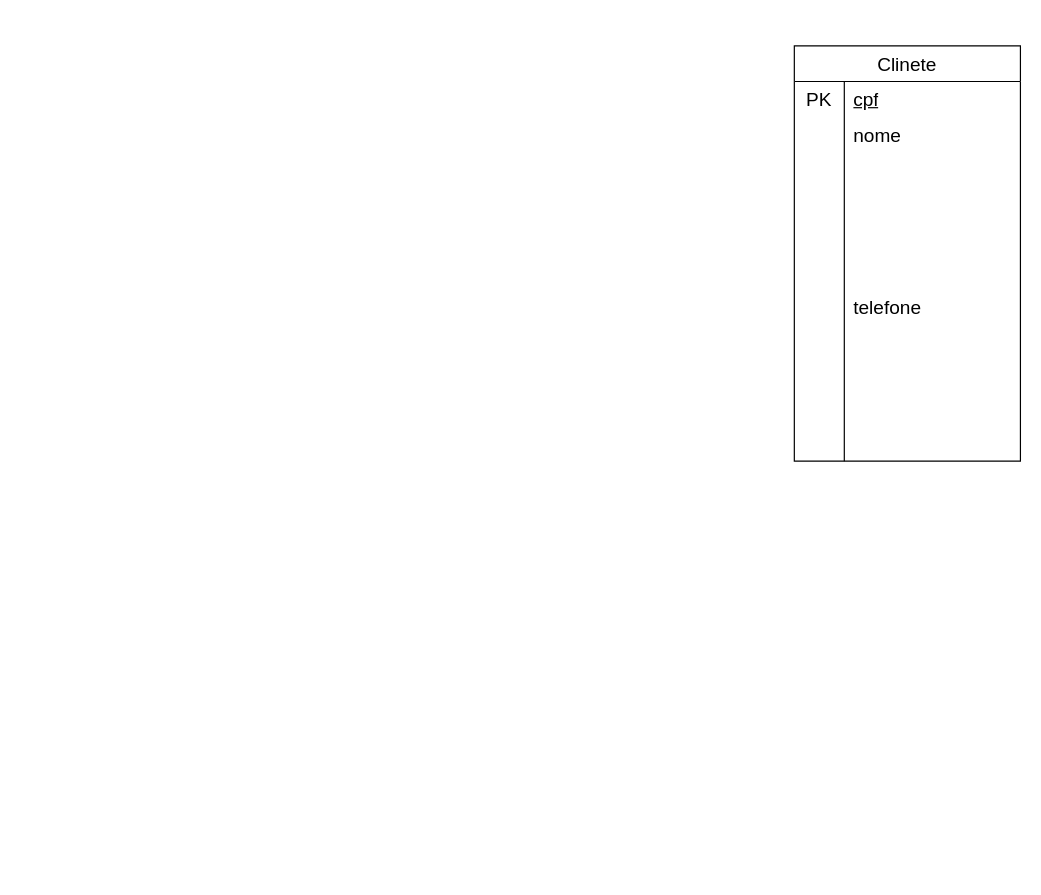
Above: page "MDR" (2 of 2) of eE.drawio in AlanPinheiro19/pece-usp (draw.io), before the change. Source tidied: cells renumbered, new cells numbered last; positions are measured from the earlier drawing's top-left corner, leaving out a move shared by most shapes. Both pictures are drawn from the tidied source at 119%, with x=0, y=0 at pixel (794, 45).
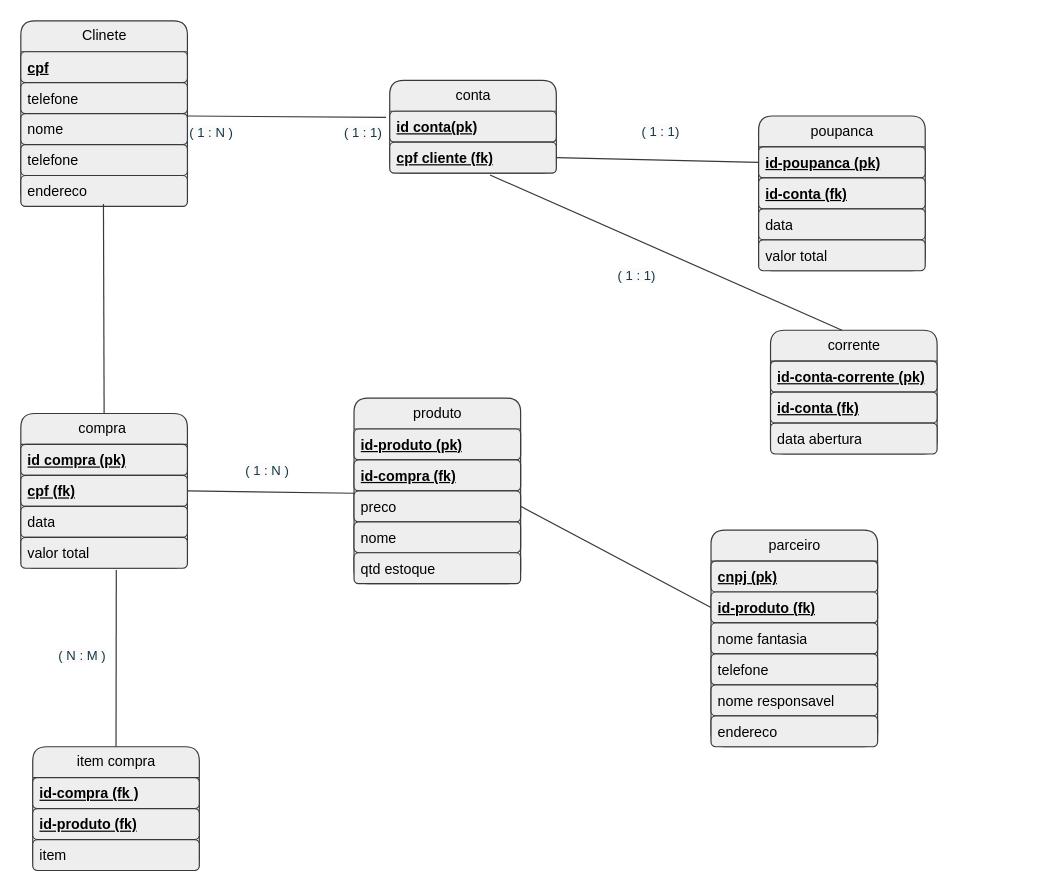
The same page after the edit.

The edit, as a diff of the source:
```diff
@@
+    <mxCell id="12" style="shape=partialRectangle;html=1;whiteSpace=wrap;fillColor=#eeeeee;top=0;left=0;bottom=0;right=0;overflow=hidden;strokeColor=#36393d;fontSize=16;rounded=1;" parent="1" vertex="1">
+      <mxGeometry x="10" y="120" width="40" height="30" as="geometry" />
+    </mxCell>
-    <mxCell id="2" value="Clinete" style="shape=table;startSize=30;childLayout=tableLayout;rowLines=0;fontStyle=0;strokeColor=default;fontSize=16;" parent="1" vertex="1">
-      <mxGeometry width="190" height="349" as="geometry" />
+    <mxCell id="2" value="Clinete" style="swimlane;fontStyle=0;horizontal=1;startSize=26;fillColor=#eeeeee;html=1;strokeColor=#36393d;rounded=1;" parent="1" vertex="1">
+      <mxGeometry x="-650" y="-21" width="140" height="156" as="geometry" />
     </mxCell>
-    <mxCell id="3" style="shape=tableRow;horizontal=0;startSize=0;swimlaneHead=0;swimlaneBody=0;top=0;left=0;bottom=0;right=0;fillColor=none;strokeColor=inherit;fontSize=16;" parent="2" vertex="1">
-      <mxGeometry y="30" width="190" height="30" as="geometry" />
-    </mxCell>
-    <mxCell id="4" value="PK" style="shape=partialRectangle;html=1;whiteSpace=wrap;fillColor=none;top=0;left=0;bottom=0;right=0;overflow=hidden;strokeColor=inherit;fontSize=16;" parent="3" vertex="1">
-      <mxGeometry width="42" height="30" as="geometry" />
-    </mxCell>
-    <mxCell id="5" value="&lt;u&gt;cpf&lt;/u&gt;" style="shape=partialRectangle;html=1;whiteSpace=wrap;fillColor=none;top=0;left=0;bottom=0;right=0;align=left;spacingLeft=6;overflow=hidden;strokeColor=inherit;fontSize=16;" parent="3" vertex="1">
-      <mxGeometry x="42" width="148" height="30" as="geometry" />
+    <mxCell id="5" value="&lt;b&gt;&lt;u&gt;cpf&lt;/u&gt;&lt;/b&gt;" style="text;strokeColor=#36393d;fillColor=#eeeeee;align=left;verticalAlign=top;spacingLeft=4;spacingRight=4;overflow=hidden;whiteSpace=wrap;html=1;rounded=1;" parent="2" vertex="1">
+      <mxGeometry y="26" width="140" height="26" as="geometry" />
     </mxCell>
-    <mxCell id="6" style="shape=tableRow;horizontal=0;startSize=0;swimlaneHead=0;swimlaneBody=0;top=0;left=0;bottom=0;right=0;fillColor=none;strokeColor=inherit;fontSize=16;" parent="2" vertex="1">
-      <mxGeometry y="60" width="190" height="30" as="geometry" />
-    </mxCell>
-    <mxCell id="7" style="shape=partialRectangle;html=1;whiteSpace=wrap;fillColor=none;top=0;left=0;bottom=0;right=0;overflow=hidden;strokeColor=inherit;fontSize=16;" parent="6" vertex="1">
-      <mxGeometry width="42" height="30" as="geometry" />
-    </mxCell>
-    <mxCell id="8" value="nome" style="shape=partialRectangle;html=1;whiteSpace=wrap;fillColor=none;top=0;left=0;bottom=0;right=0;align=left;spacingLeft=6;overflow=hidden;strokeColor=inherit;fontSize=16;" parent="6" vertex="1">
-      <mxGeometry x="42" width="148" height="30" as="geometry" />
-    </mxCell>
-    <mxCell id="9" style="shape=tableRow;horizontal=0;startSize=0;swimlaneHead=0;swimlaneBody=0;top=0;left=0;bottom=0;right=0;fillColor=none;strokeColor=inherit;fontSize=16;" parent="2" vertex="1">
-      <mxGeometry y="90" width="190" height="259" as="geometry" />
-    </mxCell>
-    <mxCell id="10" style="shape=partialRectangle;html=1;whiteSpace=wrap;fillColor=none;top=0;left=0;bottom=0;right=0;overflow=hidden;strokeColor=inherit;fontSize=16;" parent="9" vertex="1">
-      <mxGeometry width="42" height="259" as="geometry" />
-    </mxCell>
-    <mxCell id="11" value="telefone" style="shape=partialRectangle;html=1;whiteSpace=wrap;fillColor=none;top=0;left=0;bottom=0;right=0;align=left;spacingLeft=6;overflow=hidden;strokeColor=inherit;fontSize=16;" parent="9" vertex="1">
-      <mxGeometry x="42" width="148" height="259" as="geometry" />
-    </mxCell>
-    <mxCell id="12" style="shape=partialRectangle;html=1;whiteSpace=wrap;fillColor=none;top=0;left=0;bottom=0;right=0;overflow=hidden;strokeColor=inherit;fontSize=16;" parent="1" vertex="1">
-      <mxGeometry x="10" y="120" width="40" height="30" as="geometry" />
-    </mxCell>
+    <mxCell id="13" value="telefone" style="text;strokeColor=#36393d;fillColor=#eeeeee;align=left;verticalAlign=top;spacingLeft=4;spacingRight=4;overflow=hidden;whiteSpace=wrap;html=1;rounded=1;" parent="2" vertex="1">
+      <mxGeometry y="52" width="140" height="26" as="geometry" />
+    </mxCell>
+    <mxCell id="14" value="nome" style="text;strokeColor=#36393d;fillColor=#eeeeee;align=left;verticalAlign=top;spacingLeft=4;spacingRight=4;overflow=hidden;points=[[0,0.5],[1,0.5]];portConstraint=eastwest;whiteSpace=wrap;html=1;fontFamily=Helvetica;fontSize=12;rounded=1;" parent="2" vertex="1">
+      <mxGeometry y="78" width="140" height="26" as="geometry" />
+    </mxCell>
+    <mxCell id="15" value="telefone" style="text;strokeColor=#36393d;fillColor=#eeeeee;align=left;verticalAlign=top;spacingLeft=4;spacingRight=4;overflow=hidden;whiteSpace=wrap;html=1;rounded=1;" parent="2" vertex="1">
+      <mxGeometry y="104" width="140" height="26" as="geometry" />
+    </mxCell>
+    <mxCell id="16" value="endereco&lt;div&gt;&lt;br&gt;&lt;/div&gt;" style="text;strokeColor=#36393d;fillColor=#eeeeee;align=left;verticalAlign=top;spacingLeft=4;spacingRight=4;overflow=hidden;points=[[0,0.5],[1,0.5]];portConstraint=eastwest;whiteSpace=wrap;html=1;rounded=1;" parent="2" vertex="1">
+      <mxGeometry y="130" width="140" height="26" as="geometry" />
+    </mxCell>
+    <mxCell id="17" value="compra&amp;nbsp;" style="swimlane;fontStyle=0;horizontal=1;startSize=26;fillColor=#eeeeee;html=1;strokeColor=#36393d;rounded=1;" parent="1" vertex="1">
+      <mxGeometry x="-650" y="309" width="140" height="130" as="geometry" />
+    </mxCell>
+    <mxCell id="18" value="&lt;b&gt;&lt;u&gt;id compra (pk)&lt;/u&gt;&lt;/b&gt;" style="text;strokeColor=#36393d;fillColor=#eeeeee;align=left;verticalAlign=top;spacingLeft=4;spacingRight=4;overflow=hidden;whiteSpace=wrap;html=1;rounded=1;" parent="17" vertex="1">
+      <mxGeometry y="26" width="140" height="26" as="geometry" />
+    </mxCell>
+    <mxCell id="19" value="&lt;b&gt;&lt;u&gt;cpf (fk)&lt;/u&gt;&lt;/b&gt;" style="text;strokeColor=#36393d;fillColor=#eeeeee;align=left;verticalAlign=top;spacingLeft=4;spacingRight=4;overflow=hidden;points=[[0,0.5],[1,0.5]];portConstraint=eastwest;whiteSpace=wrap;html=1;rounded=1;" parent="17" vertex="1">
+      <mxGeometry y="52" width="140" height="26" as="geometry" />
+    </mxCell>
+    <mxCell id="20" value="data" style="text;strokeColor=#36393d;fillColor=#eeeeee;align=left;verticalAlign=top;spacingLeft=4;spacingRight=4;overflow=hidden;whiteSpace=wrap;html=1;rounded=1;" parent="17" vertex="1">
+      <mxGeometry y="78" width="140" height="26" as="geometry" />
+    </mxCell>
+    <mxCell id="21" value="valor total" style="text;strokeColor=#36393d;fillColor=#eeeeee;align=left;verticalAlign=top;spacingLeft=4;spacingRight=4;overflow=hidden;points=[[0,0.5],[1,0.5]];portConstraint=eastwest;whiteSpace=wrap;html=1;fontFamily=Helvetica;fontSize=12;rounded=1;" parent="17" vertex="1">
+      <mxGeometry y="104" width="140" height="26" as="geometry" />
+    </mxCell>
+    <mxCell id="22" value="item compra" style="swimlane;fontStyle=0;horizontal=1;startSize=26;fillColor=#eeeeee;html=1;strokeColor=#36393d;rounded=1;" parent="1" vertex="1">
+      <mxGeometry x="-640" y="589" width="140" height="104" as="geometry" />
+    </mxCell>
+    <mxCell id="23" value="&lt;b&gt;&lt;u&gt;id-compra (fk )&lt;/u&gt;&lt;/b&gt;" style="text;strokeColor=#36393d;fillColor=#eeeeee;align=left;verticalAlign=top;spacingLeft=4;spacingRight=4;overflow=hidden;whiteSpace=wrap;html=1;rounded=1;" parent="22" vertex="1">
+      <mxGeometry y="26" width="140" height="26" as="geometry" />
+    </mxCell>
+    <mxCell id="24" value="&lt;b&gt;&lt;u&gt;id-produto (fk)&lt;/u&gt;&lt;/b&gt;&lt;div&gt;&lt;br&gt;&lt;/div&gt;" style="text;strokeColor=#36393d;fillColor=#eeeeee;align=left;verticalAlign=top;spacingLeft=4;spacingRight=4;overflow=hidden;whiteSpace=wrap;html=1;rounded=1;" parent="22" vertex="1">
+      <mxGeometry y="52" width="140" height="26" as="geometry" />
+    </mxCell>
+    <mxCell id="25" value="item" style="text;strokeColor=#36393d;fillColor=#eeeeee;align=left;verticalAlign=top;spacingLeft=4;spacingRight=4;overflow=hidden;whiteSpace=wrap;html=1;fontFamily=Helvetica;fontSize=12;rounded=1;" parent="22" vertex="1">
+      <mxGeometry y="78" width="140" height="26" as="geometry" />
+    </mxCell>
+    <mxCell id="26" value="conta" style="swimlane;fontStyle=0;horizontal=1;startSize=26;fillColor=#eeeeee;html=1;strokeColor=#36393d;rounded=1;" parent="1" vertex="1">
+      <mxGeometry x="-340" y="29" width="140" height="78" as="geometry" />
+    </mxCell>
+    <mxCell id="27" value="&lt;b&gt;&lt;u&gt;id conta(pk)&lt;/u&gt;&lt;/b&gt;" style="text;strokeColor=#36393d;fillColor=#eeeeee;align=left;verticalAlign=top;spacingLeft=4;spacingRight=4;overflow=hidden;points=[[0,0.5],[1,0.5]];portConstraint=eastwest;whiteSpace=wrap;html=1;rounded=1;" parent="26" vertex="1">
+      <mxGeometry y="26" width="140" height="26" as="geometry" />
+    </mxCell>
+    <mxCell id="28" value="&lt;b&gt;&lt;u&gt;cpf cliente (fk)&lt;/u&gt;&lt;/b&gt;" style="text;strokeColor=#36393d;fillColor=#eeeeee;align=left;verticalAlign=top;spacingLeft=4;spacingRight=4;overflow=hidden;points=[[0,0.5],[1,0.5]];portConstraint=eastwest;whiteSpace=wrap;html=1;rounded=1;" parent="26" vertex="1">
+      <mxGeometry y="52" width="140" height="26" as="geometry" />
+    </mxCell>
+    <mxCell id="29" value="corrente" style="swimlane;fontStyle=0;horizontal=1;startSize=26;fillColor=#eeeeee;html=1;strokeColor=#36393d;rounded=1;" parent="1" vertex="1">
+      <mxGeometry x="-20" y="239" width="140" height="104" as="geometry" />
+    </mxCell>
+    <mxCell id="30" value="&lt;b&gt;&lt;u&gt;id-conta-corrente (pk)&lt;/u&gt;&lt;/b&gt;" style="text;strokeColor=#36393d;fillColor=#eeeeee;align=left;verticalAlign=top;spacingLeft=4;spacingRight=4;overflow=hidden;whiteSpace=wrap;html=1;rounded=1;" parent="29" vertex="1">
+      <mxGeometry y="26" width="140" height="26" as="geometry" />
+    </mxCell>
+    <mxCell id="31" value="&lt;b&gt;&lt;u&gt;id-conta (fk)&lt;/u&gt;&lt;/b&gt;" style="text;strokeColor=#36393d;fillColor=#eeeeee;align=left;verticalAlign=top;spacingLeft=4;spacingRight=4;overflow=hidden;whiteSpace=wrap;html=1;rounded=1;" parent="29" vertex="1">
+      <mxGeometry y="52" width="140" height="26" as="geometry" />
+    </mxCell>
+    <mxCell id="32" value="data abertura" style="text;strokeColor=#36393d;fillColor=#eeeeee;align=left;verticalAlign=top;spacingLeft=4;spacingRight=4;overflow=hidden;whiteSpace=wrap;html=1;rounded=1;" parent="29" vertex="1">
+      <mxGeometry y="78" width="140" height="26" as="geometry" />
+    </mxCell>
+    <mxCell id="33" value="poupanca" style="swimlane;fontStyle=0;horizontal=1;startSize=26;fillColor=#eeeeee;html=1;strokeColor=#36393d;rounded=1;" parent="1" vertex="1">
+      <mxGeometry x="-30" y="59" width="140" height="130" as="geometry" />
+    </mxCell>
+    <mxCell id="34" value="&lt;b&gt;&lt;u&gt;id-poupanca&amp;nbsp;(pk)&lt;/u&gt;&lt;/b&gt;&lt;div&gt;&lt;b&gt;&lt;u&gt;&lt;br&gt;&lt;/u&gt;&lt;/b&gt;&lt;/div&gt;" style="text;strokeColor=#36393d;fillColor=#eeeeee;align=left;verticalAlign=top;spacingLeft=4;spacingRight=4;overflow=hidden;points=[[0,0.5],[1,0.5]];portConstraint=eastwest;whiteSpace=wrap;html=1;rounded=1;" parent="33" vertex="1">
+      <mxGeometry y="26" width="140" height="26" as="geometry" />
+    </mxCell>
+    <mxCell id="35" value="&lt;b&gt;&lt;u&gt;id-conta (fk)&lt;/u&gt;&lt;/b&gt;&lt;div&gt;&lt;b&gt;&lt;u&gt;&lt;br&gt;&lt;/u&gt;&lt;/b&gt;&lt;/div&gt;" style="text;strokeColor=#36393d;fillColor=#eeeeee;align=left;verticalAlign=top;spacingLeft=4;spacingRight=4;overflow=hidden;whiteSpace=wrap;html=1;rounded=1;" parent="33" vertex="1">
+      <mxGeometry y="52" width="140" height="26" as="geometry" />
+    </mxCell>
+    <mxCell id="36" value="data" style="text;strokeColor=#36393d;fillColor=#eeeeee;align=left;verticalAlign=top;spacingLeft=4;spacingRight=4;overflow=hidden;whiteSpace=wrap;html=1;rounded=1;" parent="33" vertex="1">
+      <mxGeometry y="78" width="140" height="26" as="geometry" />
+    </mxCell>
+    <mxCell id="37" value="valor total" style="text;strokeColor=#36393d;fillColor=#eeeeee;align=left;verticalAlign=top;spacingLeft=4;spacingRight=4;overflow=hidden;whiteSpace=wrap;html=1;fontFamily=Helvetica;fontSize=12;rounded=1;" parent="33" vertex="1">
+      <mxGeometry y="104" width="140" height="26" as="geometry" />
+    </mxCell>
+    <mxCell id="38" style="endArrow=none;html=1;rounded=1;entryX=0.496;entryY=0.923;entryDx=0;entryDy=0;exitX=0.5;exitY=0;exitDx=0;exitDy=0;labelBackgroundColor=none;fontColor=default;strokeColor=#36393d;entryPerimeter=0;fillColor=#eeeeee;" parent="1" edge="1" source="17" target="16">
+      <mxGeometry relative="1" as="geometry" />
+    </mxCell>
+    <mxCell id="39" style="endArrow=none;html=1;rounded=1;entryX=1;entryY=0.077;entryDx=0;entryDy=0;exitX=-0.022;exitY=0.198;exitDx=0;exitDy=0;labelBackgroundColor=none;fontColor=default;strokeColor=#36393d;entryPerimeter=0;exitPerimeter=0;fillColor=#eeeeee;" parent="1" edge="1" source="27" target="14">
+      <mxGeometry relative="1" as="geometry" />
+    </mxCell>
+    <mxCell id="40" style="endArrow=none;html=1;rounded=1;entryX=0.602;entryY=1.06;entryDx=0;entryDy=0;exitX=0.429;exitY=0;exitDx=0;exitDy=0;labelBackgroundColor=none;fontColor=default;strokeColor=#36393d;entryPerimeter=0;exitPerimeter=0;fillColor=#eeeeee;" parent="1" edge="1" source="29" target="28">
+      <mxGeometry relative="1" as="geometry" />
+    </mxCell>
+    <mxCell id="41" style="endArrow=none;html=1;rounded=1;entryX=0;entryY=0.5;entryDx=0;entryDy=0;exitX=1;exitY=0.5;exitDx=0;exitDy=0;labelBackgroundColor=none;fontColor=default;strokeColor=#36393d;fillColor=#eeeeee;" parent="1" edge="1" source="28" target="34">
+      <mxGeometry relative="1" as="geometry" />
+    </mxCell>
+    <mxCell id="42" style="endArrow=none;html=1;rounded=1;exitX=0.5;exitY=0;exitDx=0;exitDy=0;labelBackgroundColor=none;fontColor=default;strokeColor=#36393d;entryX=0.573;entryY=1.059;entryDx=0;entryDy=0;entryPerimeter=0;fillColor=#eeeeee;" parent="1" edge="1" source="22" target="21">
+      <mxGeometry relative="1" as="geometry" />
+    </mxCell>
+    <mxCell id="43" value="produto" style="swimlane;fontStyle=0;horizontal=1;startSize=26;fillColor=#eeeeee;html=1;strokeColor=#36393d;rounded=1;" parent="1" vertex="1">
+      <mxGeometry x="-370" y="296" width="140" height="156" as="geometry" />
+    </mxCell>
+    <mxCell id="44" value="&lt;b&gt;&lt;u&gt;id-produto (pk)&lt;/u&gt;&lt;/b&gt;" style="text;strokeColor=#36393d;fillColor=#eeeeee;align=left;verticalAlign=top;spacingLeft=4;spacingRight=4;overflow=hidden;whiteSpace=wrap;html=1;rounded=1;" parent="43" vertex="1">
+      <mxGeometry y="26" width="140" height="26" as="geometry" />
+    </mxCell>
+    <mxCell id="45" value="&lt;b&gt;&lt;u&gt;id-compra (fk)&lt;/u&gt;&lt;/b&gt;" style="text;strokeColor=#36393d;fillColor=#eeeeee;align=left;verticalAlign=top;spacingLeft=4;spacingRight=4;overflow=hidden;whiteSpace=wrap;html=1;rounded=1;" parent="43" vertex="1">
+      <mxGeometry y="52" width="140" height="26" as="geometry" />
+    </mxCell>
+    <mxCell id="46" value="preco" style="text;strokeColor=#36393d;fillColor=#eeeeee;align=left;verticalAlign=top;spacingLeft=4;spacingRight=4;overflow=hidden;points=[[0,0.5],[1,0.5]];portConstraint=eastwest;whiteSpace=wrap;html=1;rounded=1;" parent="43" vertex="1">
+      <mxGeometry y="78" width="140" height="26" as="geometry" />
+    </mxCell>
+    <mxCell id="47" value="nome" style="text;strokeColor=#36393d;fillColor=#eeeeee;align=left;verticalAlign=top;spacingLeft=4;spacingRight=4;overflow=hidden;whiteSpace=wrap;html=1;rounded=1;" parent="43" vertex="1">
+      <mxGeometry y="104" width="140" height="26" as="geometry" />
+    </mxCell>
+    <mxCell id="48" value="qtd estoque" style="text;strokeColor=#36393d;fillColor=#eeeeee;align=left;verticalAlign=top;spacingLeft=4;spacingRight=4;overflow=hidden;whiteSpace=wrap;html=1;rounded=1;" parent="43" vertex="1">
+      <mxGeometry y="130" width="140" height="26" as="geometry" />
+    </mxCell>
+    <mxCell id="49" value="parceiro" style="swimlane;fontStyle=0;horizontal=1;startSize=26;fillColor=#eeeeee;html=1;strokeColor=#36393d;swimlaneFillColor=default;rounded=1;" parent="1" vertex="1">
+      <mxGeometry x="-70" y="407" width="140" height="182" as="geometry" />
+    </mxCell>
+    <mxCell id="50" value="&lt;b&gt;&lt;u&gt;cnpj (pk)&lt;/u&gt;&lt;/b&gt;" style="text;strokeColor=#36393d;fillColor=#eeeeee;align=left;verticalAlign=top;spacingLeft=4;spacingRight=4;overflow=hidden;whiteSpace=wrap;html=1;rounded=1;" parent="49" vertex="1">
+      <mxGeometry y="26" width="140" height="26" as="geometry" />
+    </mxCell>
+    <mxCell id="51" value="&lt;b&gt;&lt;u&gt;id-produto (fk)&lt;/u&gt;&lt;/b&gt;" style="text;strokeColor=#36393d;fillColor=#eeeeee;align=left;verticalAlign=top;spacingLeft=4;spacingRight=4;overflow=hidden;points=[[0,0.5],[1,0.5]];portConstraint=eastwest;whiteSpace=wrap;html=1;rounded=1;" parent="49" vertex="1">
+      <mxGeometry y="52" width="140" height="26" as="geometry" />
+    </mxCell>
+    <mxCell id="52" value="nome fantasia" style="text;strokeColor=#36393d;fillColor=#eeeeee;align=left;verticalAlign=top;spacingLeft=4;spacingRight=4;overflow=hidden;whiteSpace=wrap;html=1;rounded=1;" parent="49" vertex="1">
+      <mxGeometry y="78" width="140" height="26" as="geometry" />
+    </mxCell>
+    <mxCell id="53" value="telefone" style="text;strokeColor=#36393d;fillColor=#eeeeee;align=left;verticalAlign=top;spacingLeft=4;spacingRight=4;overflow=hidden;whiteSpace=wrap;html=1;rounded=1;" parent="49" vertex="1">
+      <mxGeometry y="104" width="140" height="26" as="geometry" />
+    </mxCell>
+    <mxCell id="54" value="nome responsavel" style="text;strokeColor=#36393d;fillColor=#eeeeee;align=left;verticalAlign=top;spacingLeft=4;spacingRight=4;overflow=hidden;whiteSpace=wrap;html=1;rounded=1;" parent="49" vertex="1">
+      <mxGeometry y="130" width="140" height="26" as="geometry" />
+    </mxCell>
+    <mxCell id="55" value="endereco" style="text;strokeColor=#36393d;fillColor=#eeeeee;align=left;verticalAlign=top;spacingLeft=4;spacingRight=4;overflow=hidden;whiteSpace=wrap;html=1;rounded=1;" parent="49" vertex="1">
+      <mxGeometry y="156" width="140" height="26" as="geometry" />
+    </mxCell>
+    <mxCell id="56" style="endArrow=none;html=1;rounded=1;exitX=1;exitY=0.5;exitDx=0;exitDy=0;labelBackgroundColor=none;fontColor=default;strokeColor=#36393d;entryX=0;entryY=0.5;entryDx=0;entryDy=0;fillColor=#eeeeee;" parent="1" edge="1" source="46" target="51">
+      <mxGeometry relative="1" as="geometry" />
+    </mxCell>
+    <mxCell id="57" style="endArrow=none;html=1;rounded=1;labelBackgroundColor=none;fontColor=default;strokeColor=#36393d;entryX=0;entryY=0.077;entryDx=0;entryDy=0;entryPerimeter=0;exitX=1;exitY=0.5;exitDx=0;exitDy=0;fillColor=#eeeeee;" parent="1" edge="1" source="19" target="46">
+      <mxGeometry relative="1" as="geometry" />
+    </mxCell>
+    <mxCell id="58" value="&lt;span style=&quot;color: rgb(20, 54, 66); font-family: Helvetica; font-size: 11px; font-style: normal; font-variant-ligatures: normal; font-variant-caps: normal; font-weight: 400; letter-spacing: normal; orphans: 2; text-align: center; text-indent: 0px; text-transform: none; widows: 2; word-spacing: 0px; -webkit-text-stroke-width: 0px; white-space: nowrap; background-color: rgb(251, 251, 251); text-decoration-thickness: initial; text-decoration-style: initial; text-decoration-color: initial; display: inline !important; float: none;&quot;&gt;( 1 : N )&lt;/span&gt;" style="text;whiteSpace=wrap;html=1;fontFamily=Helvetica;fontSize=12;rounded=1;" parent="1" vertex="1">
+      <mxGeometry x="-510" y="59" width="70" height="40" as="geometry" />
+    </mxCell>
+    <mxCell id="59" value="&lt;span style=&quot;color: rgb(20, 54, 66); font-family: Helvetica; font-size: 11px; font-style: normal; font-variant-ligatures: normal; font-variant-caps: normal; font-weight: 400; letter-spacing: normal; orphans: 2; text-align: center; text-indent: 0px; text-transform: none; widows: 2; word-spacing: 0px; -webkit-text-stroke-width: 0px; white-space: nowrap; background-color: rgb(251, 251, 251); text-decoration-thickness: initial; text-decoration-style: initial; text-decoration-color: initial; float: none; display: inline !important;&quot;&gt;( 1 : 1)&lt;/span&gt;" style="text;whiteSpace=wrap;html=1;fontFamily=Helvetica;fontSize=12;rounded=1;" parent="1" vertex="1">
+      <mxGeometry x="-380" y="59" width="70" height="40" as="geometry" />
+    </mxCell>
+    <mxCell id="60" value="&lt;span style=&quot;color: rgb(20, 54, 66); font-family: Helvetica; font-size: 11px; font-style: normal; font-variant-ligatures: normal; font-variant-caps: normal; font-weight: 400; letter-spacing: normal; orphans: 2; text-align: center; text-indent: 0px; text-transform: none; widows: 2; word-spacing: 0px; -webkit-text-stroke-width: 0px; white-space: nowrap; background-color: rgb(251, 251, 251); text-decoration-thickness: initial; text-decoration-style: initial; text-decoration-color: initial; float: none; display: inline !important;&quot;&gt;( 1 : 1)&lt;/span&gt;" style="text;whiteSpace=wrap;html=1;fontFamily=Helvetica;fontSize=12;rounded=1;" parent="1" vertex="1">
+      <mxGeometry x="-130" y="58" width="50" height="20" as="geometry" />
+    </mxCell>
+    <mxCell id="61" value="&lt;span style=&quot;color: rgb(20, 54, 66); font-family: Helvetica; font-size: 11px; font-style: normal; font-variant-ligatures: normal; font-variant-caps: normal; font-weight: 400; letter-spacing: normal; orphans: 2; text-align: center; text-indent: 0px; text-transform: none; widows: 2; word-spacing: 0px; -webkit-text-stroke-width: 0px; white-space: nowrap; background-color: rgb(251, 251, 251); text-decoration-thickness: initial; text-decoration-style: initial; text-decoration-color: initial; float: none; display: inline !important;&quot;&gt;( 1 : 1)&lt;/span&gt;" style="text;whiteSpace=wrap;html=1;fontFamily=Helvetica;fontSize=12;rounded=1;" parent="1" vertex="1">
+      <mxGeometry x="-150" y="179" width="70" height="40" as="geometry" />
+    </mxCell>
+    <mxCell id="62" value="&lt;span style=&quot;color: rgb(20, 54, 66); font-family: Helvetica; font-size: 11px; font-style: normal; font-variant-ligatures: normal; font-variant-caps: normal; font-weight: 400; letter-spacing: normal; orphans: 2; text-align: center; text-indent: 0px; text-transform: none; widows: 2; word-spacing: 0px; -webkit-text-stroke-width: 0px; white-space: nowrap; background-color: rgb(251, 251, 251); text-decoration-thickness: initial; text-decoration-style: initial; text-decoration-color: initial; float: none; display: inline !important;&quot;&gt;( N : M )&lt;/span&gt;" style="text;whiteSpace=wrap;html=1;fontFamily=Helvetica;fontSize=12;rounded=1;" parent="1" vertex="1">
+      <mxGeometry x="-620" y="499" width="70" height="40" as="geometry" />
+    </mxCell>
+    <mxCell id="63" value="&lt;span style=&quot;color: rgb(20, 54, 66); font-family: Helvetica; font-size: 11px; font-style: normal; font-variant-ligatures: normal; font-variant-caps: normal; font-weight: 400; letter-spacing: normal; orphans: 2; text-align: center; text-indent: 0px; text-transform: none; widows: 2; word-spacing: 0px; -webkit-text-stroke-width: 0px; white-space: nowrap; background-color: rgb(251, 251, 251); text-decoration-thickness: initial; text-decoration-style: initial; text-decoration-color: initial; display: inline !important; float: none;&quot;&gt;( 1 : N )&lt;/span&gt;" style="text;whiteSpace=wrap;html=1;fontFamily=Helvetica;fontSize=12;rounded=1;" parent="1" vertex="1">
+      <mxGeometry x="-463" y="343" width="50" height="28" as="geometry" />
+    </mxCell>
```
